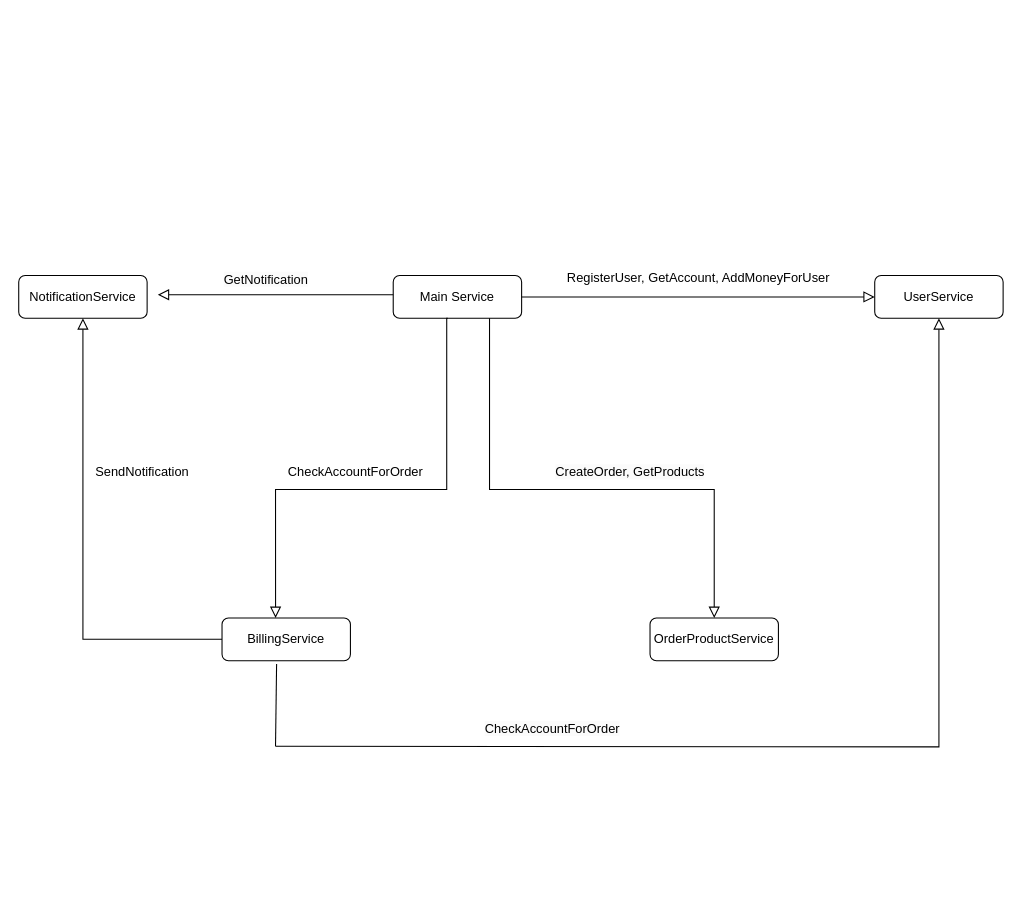
Before: Project/scheme/Project_scheme.drawio in flash1250/Otus, a draw.io diagram. Source tidied: cells renumbered, new cells numbered last; positions are measured from the earlier drawing's top-left corner, leaving out a move shared by most shapes. Both pictures are drawn from the tidied source at 107%, with x=0, y=0 at pixel (18, 262).
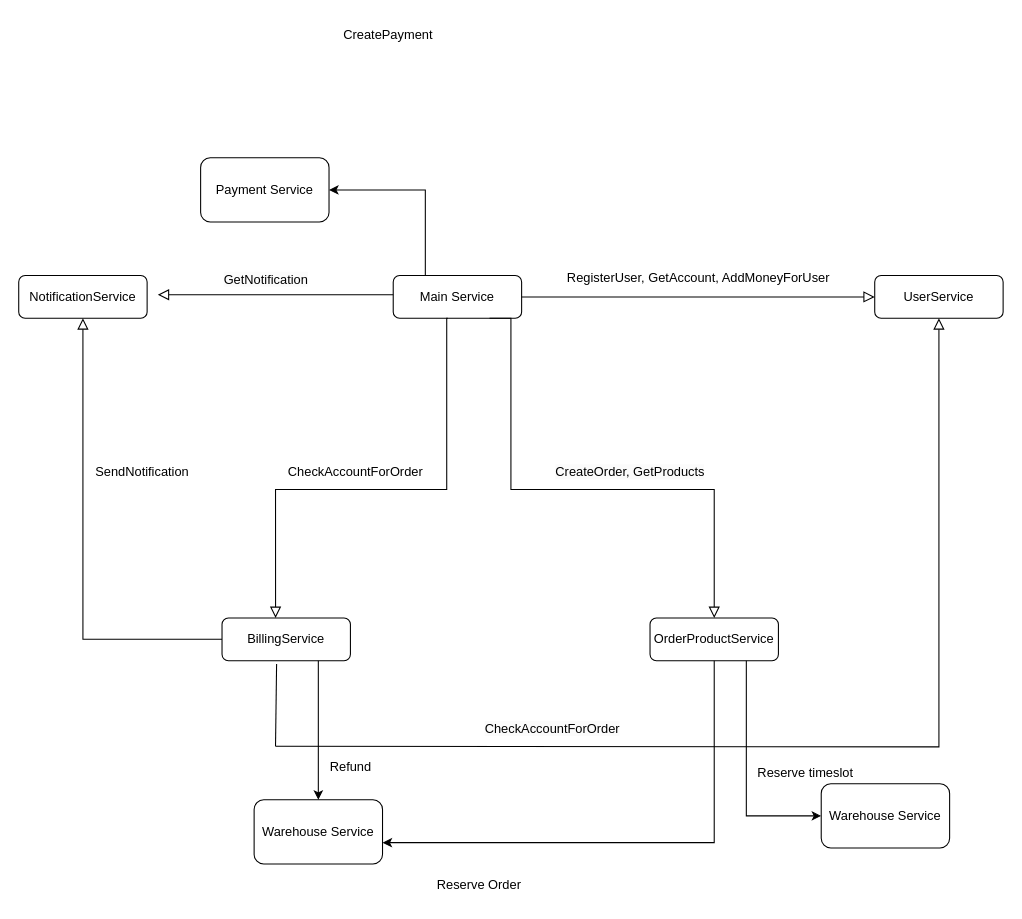
Above is the later version.

The change refers to these unchanged cells:
```xml
<mxCell id="2" value="Main Service" style="rounded=1;whiteSpace=wrap;html=1;fontSize=12;glass=0;strokeWidth=1;shadow=0;" parent="1" vertex="1">
  <mxGeometry x="350" y="12" width="120" height="40" as="geometry" />
</mxCell>
<mxCell id="4" value="OrderProductService" style="rounded=1;whiteSpace=wrap;html=1;fontSize=12;glass=0;strokeWidth=1;shadow=0;" parent="1" vertex="1">
  <mxGeometry x="590" y="332" width="120" height="40" as="geometry" />
</mxCell>
<mxCell id="12" value="BillingService" style="rounded=1;whiteSpace=wrap;html=1;fontSize=12;glass=0;strokeWidth=1;shadow=0;" parent="1" vertex="1">
  <mxGeometry x="190" y="332" width="120" height="40" as="geometry" />
</mxCell>
```

What changed in the source:
```diff
@@
+    <mxCell id="20" style="edgeStyle=orthogonalEdgeStyle;rounded=0;jettySize=auto;html=1;" parent="1" edge="1" source="2" target="21">
+      <mxGeometry relative="1" as="geometry">
+        <Array as="points">
+          <mxPoint x="380" y="-68" />
+        </Array>
+      </mxGeometry>
+    </mxCell>
@@
     <mxCell id="7" style="rounded=0;html=1;jettySize=auto;fontSize=11;endArrow=block;endFill=0;endSize=8;strokeWidth=1;shadow=0;labelBackgroundColor=none;edgeStyle=orthogonalEdgeStyle;exitX=0.75;exitY=1;exitDx=0;exitDy=0;entryX=0.5;entryY=0;entryDx=0;entryDy=0;" parent="1" edge="1" source="2" target="4">
       <mxGeometry relative="1" as="geometry">
         <Array as="points">
-          <mxPoint x="440" y="212" />
+          <mxPoint x="460" y="52" />
+          <mxPoint x="460" y="212" />
           <mxPoint x="650" y="212" />
         </Array>
       </mxGeometry>
     </mxCell>
@@
+    <mxCell id="21" value="Payment Service" style="whiteSpace=wrap;html=1;rounded=1;glass=0;strokeWidth=1;shadow=0;" parent="1" vertex="1">
+      <mxGeometry x="170" y="-98" width="120" height="60" as="geometry" />
+    </mxCell>
+    <mxCell id="22" value="CreatePayment" style="text;html=1;align=center;verticalAlign=middle;strokeColor=none;fillColor=none;" parent="1" vertex="1">
+      <mxGeometry x="290" y="-228" width="110" height="30" as="geometry" />
+    </mxCell>
+    <mxCell id="23" value="Warehouse Service" style="whiteSpace=wrap;html=1;rounded=1;glass=0;strokeWidth=1;shadow=0;" parent="1" vertex="1">
+      <mxGeometry x="220" y="502" width="120" height="60" as="geometry" />
+    </mxCell>
+    <mxCell id="24" value="Refund" style="text;html=1;align=center;verticalAlign=middle;strokeColor=none;fillColor=none;" parent="1" vertex="1">
+      <mxGeometry x="280" y="457" width="60" height="30" as="geometry" />
+    </mxCell>
+    <mxCell id="25" style="endArrow=classic;html=1;rounded=0;exitX=0.5;exitY=1;exitDx=0;exitDy=0;entryX=1;entryY=0.667;entryDx=0;entryDy=0;entryPerimeter=0;" parent="1" edge="1" source="4" target="23">
+      <mxGeometry relative="1" as="geometry">
+        <Array as="points">
+          <mxPoint x="650" y="542" />
+        </Array>
+      </mxGeometry>
+    </mxCell>
+    <mxCell id="26" value="Reserve Order" style="text;html=1;align=center;verticalAlign=middle;strokeColor=none;fillColor=none;" parent="1" vertex="1">
+      <mxGeometry x="380" y="567" width="100" height="30" as="geometry" />
+    </mxCell>
+    <mxCell id="27" value="Warehouse Service" style="whiteSpace=wrap;html=1;rounded=1;glass=0;strokeWidth=1;shadow=0;" parent="1" vertex="1">
+      <mxGeometry x="750" y="487" width="120" height="60" as="geometry" />
+    </mxCell>
+    <mxCell id="28" style="endArrow=classic;html=1;rounded=0;exitX=0.75;exitY=1;exitDx=0;exitDy=0;entryX=0;entryY=0.5;entryDx=0;entryDy=0;" parent="1" edge="1" source="4" target="27">
+      <mxGeometry relative="1" as="geometry">
+        <Array as="points">
+          <mxPoint x="680" y="517" />
+        </Array>
+      </mxGeometry>
+    </mxCell>
+    <mxCell id="29" value="Reserve timeslot" style="text;html=1;align=center;verticalAlign=middle;strokeColor=none;fillColor=none;" parent="1" vertex="1">
+      <mxGeometry x="680" y="462" width="110" height="30" as="geometry" />
+    </mxCell>
+    <mxCell id="30" style="endArrow=classic;html=1;rounded=0;exitX=0.75;exitY=1;exitDx=0;exitDy=0;entryX=0.5;entryY=0;entryDx=0;entryDy=0;" parent="1" edge="1" source="12" target="23">
+      <mxGeometry relative="1" as="geometry" />
+    </mxCell>
```
